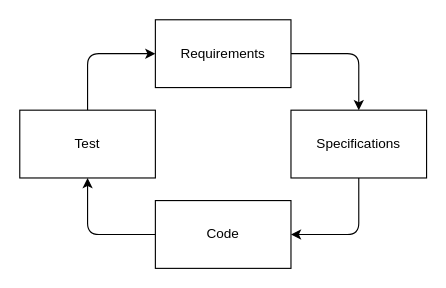
This is COMPSCI-2ME3/agile.drawio from mac-egirls/oscs, a draw.io file, before an edit. Source tidied: cells renumbered, new cells numbered last; positions are measured from the earlier drawing's top-left corner, leaving out a move shared by most shapes. Both pictures are drawn from the tidied source at 113%, with x=0, y=0 at pixel (19, 19).
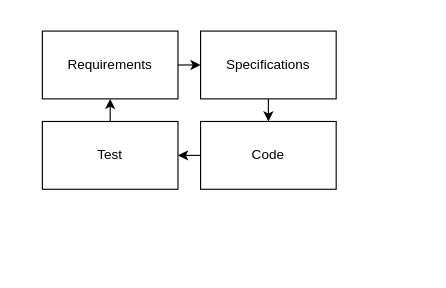
After the change.

Commit message (it also covers changes not shown here):
update agile diagram

Change to the diagram source:
```diff
@@
 <mxGraphModel>
   <root>
     <mxCell id="0" />
     <mxCell id="1" parent="0" />
-    <mxCell id="2" style="edgeStyle=orthogonalEdgeStyle;html=1;exitX=0.5;exitY=0;exitDx=0;exitDy=0;entryX=0;entryY=0.5;entryDx=0;entryDy=0;" parent="1" edge="1" source="3" target="5">
+    <mxCell id="2" style="edgeStyle=orthogonalEdgeStyle;html=1;" parent="1" edge="1" source="3" target="5">
       <mxGeometry relative="1" as="geometry" />
     </mxCell>
     <mxCell id="3" value="Test" style="rounded=0;whiteSpace=wrap;html=1;" parent="1" vertex="1">
-      <mxGeometry y="80" width="120" height="60" as="geometry" />
+      <mxGeometry x="20" y="90" width="120" height="60" as="geometry" />
     </mxCell>
-    <mxCell id="4" style="edgeStyle=orthogonalEdgeStyle;html=1;exitX=1;exitY=0.5;exitDx=0;exitDy=0;entryX=0.5;entryY=0;entryDx=0;entryDy=0;" parent="1" edge="1" source="5" target="7">
+    <mxCell id="4" style="edgeStyle=orthogonalEdgeStyle;html=1;" parent="1" edge="1" source="5" target="7">
       <mxGeometry relative="1" as="geometry" />
     </mxCell>
     <mxCell id="5" value="Requirements" style="rounded=0;whiteSpace=wrap;html=1;" parent="1" vertex="1">
-      <mxGeometry x="120" width="120" height="60" as="geometry" />
+      <mxGeometry x="20" y="10" width="120" height="60" as="geometry" />
     </mxCell>
-    <mxCell id="6" style="edgeStyle=orthogonalEdgeStyle;html=1;exitX=0.5;exitY=1;exitDx=0;exitDy=0;entryX=1;entryY=0.5;entryDx=0;entryDy=0;" parent="1" edge="1" source="7" target="9">
+    <mxCell id="6" style="edgeStyle=orthogonalEdgeStyle;html=1;" parent="1" edge="1" source="7" target="9">
       <mxGeometry relative="1" as="geometry" />
     </mxCell>
     <mxCell id="7" value="Specifications" style="rounded=0;whiteSpace=wrap;html=1;" parent="1" vertex="1">
-      <mxGeometry x="240" y="80" width="120" height="60" as="geometry" />
+      <mxGeometry x="160" y="10" width="120" height="60" as="geometry" />
     </mxCell>
-    <mxCell id="8" style="edgeStyle=orthogonalEdgeStyle;html=1;exitX=0;exitY=0.5;exitDx=0;exitDy=0;entryX=0.5;entryY=1;entryDx=0;entryDy=0;" parent="1" edge="1" source="9" target="3">
+    <mxCell id="8" style="edgeStyle=orthogonalEdgeStyle;html=1;" parent="1" edge="1" source="9" target="3">
       <mxGeometry relative="1" as="geometry" />
     </mxCell>
     <mxCell id="9" value="Code" style="rounded=0;whiteSpace=wrap;html=1;" parent="1" vertex="1">
-      <mxGeometry x="120" y="160" width="120" height="60" as="geometry" />
+      <mxGeometry x="160" y="90" width="120" height="60" as="geometry" />
     </mxCell>
   </root>
 </mxGraphModel>
```
